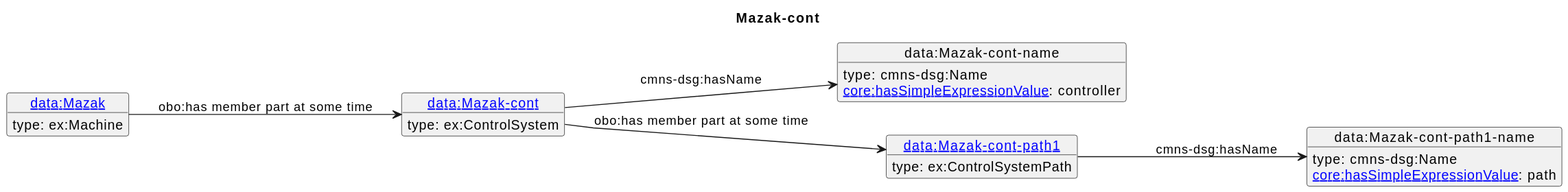
Above: diagrams/Mazak-cont.svg in iofoundry/example-syseng-mtconnect (PlantUML), before the change.
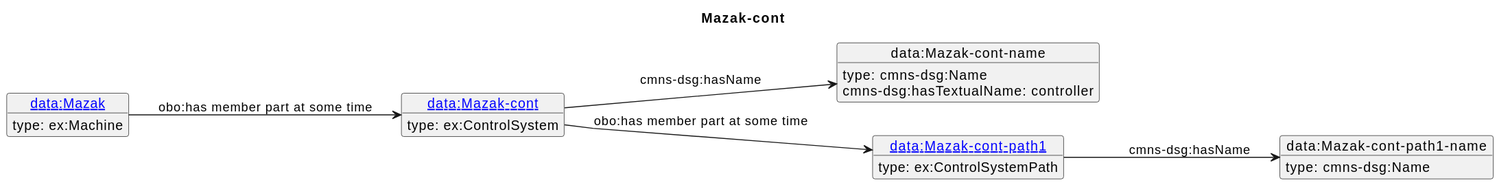
The same diagram one commit later.

The edit, as a diff of the source:
```diff
@@ -18,9 +18,8 @@
  type: ex:Machine
 }
 o1 --> o2 : cmns-dsg:hasName
-o2 : [[https://spec.industrialontologies.org/ontology/core/Core/hasSimpleExpressionValue core:hasSimpleExpressionValue]]: controller
+o2 : cmns-dsg:hasTextualName: controller
 o1 --> o3 : obo:has member part at some time
 o3 --> o4 : cmns-dsg:hasName
-o4 : [[https://spec.industrialontologies.org/ontology/core/Core/hasSimpleExpressionValue core:hasSimpleExpressionValue]]: path
 o5 --> o1 : obo:has member part at some time
 @enduml
```
